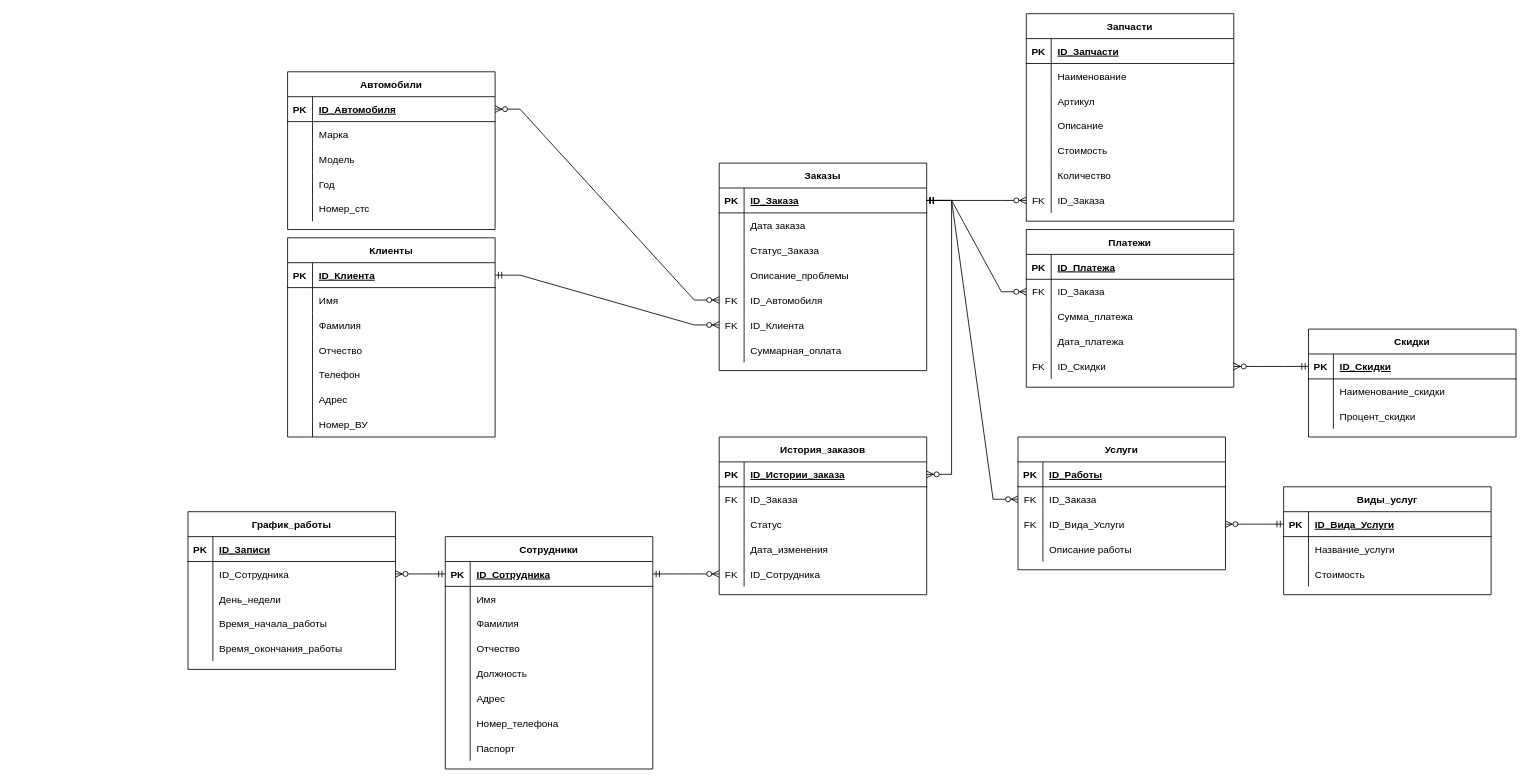
The draw.io diagram bsbd-kurs.drawio in 1DeMeNToR1/D-D-Helper, before the edit. Source tidied: cells renumbered, new cells numbered last; positions are measured from the earlier drawing's top-left corner, leaving out a move shared by most shapes. Both pictures are drawn from the tidied source at 83%, with x=0, y=0 at pixel (188, 13).
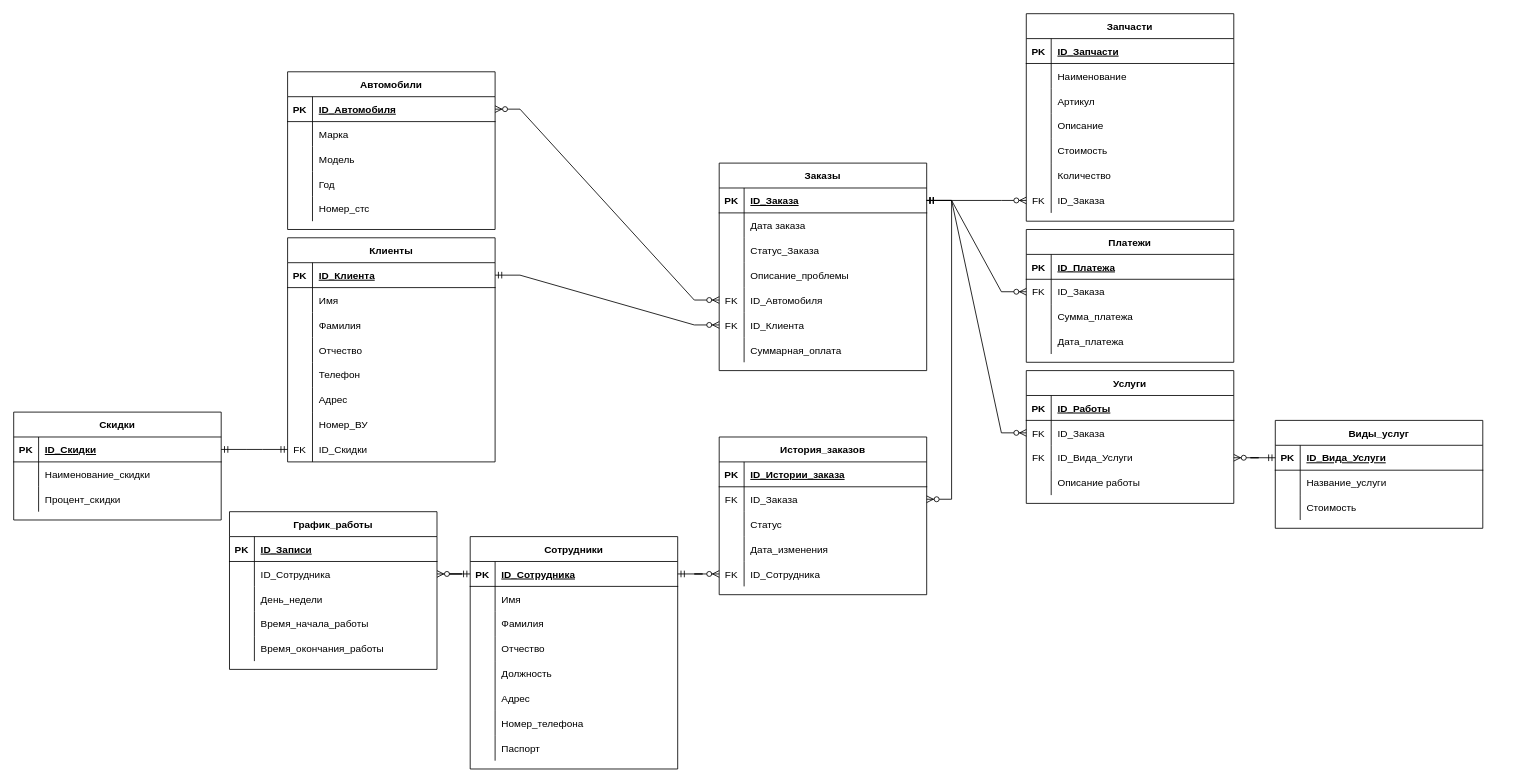
After the change.

The change refers to these unchanged cells:
```xml
<mxCell id="25" style="shape=partialRectangle;fillColor=none;points=[[0,0.5],[1,0.5]];portConstraint=eastwest;top=0;left=0;right=0;bottom=1;" parent="24" vertex="1">
  <mxGeometry y="30" width="250" height="30" as="geometry" />
</mxCell>
<mxCell id="133" style="shape=partialRectangle;fillColor=none;points=[[0,0.5],[1,0.5]];portConstraint=eastwest;top=0;left=0;right=0;bottom=1;" parent="132" vertex="1">
  <mxGeometry y="30" width="250" height="30" as="geometry" />
</mxCell>
<mxCell id="143" style="shape=partialRectangle;fillColor=none;points=[[0,0.5],[1,0.5]];portConstraint=eastwest;top=0;left=0;right=0;bottom=1;" parent="142" vertex="1">
  <mxGeometry y="30" width="250" height="30" as="geometry" />
</mxCell>
<mxCell id="146" style="shape=partialRectangle;fillColor=none;points=[[0,0.5],[1,0.5]];portConstraint=eastwest;top=0;left=0;right=0;bottom=0;" parent="142" vertex="1">
  <mxGeometry y="60" width="250" height="30" as="geometry" />
</mxCell>
```

The edit, as a diff of the source:
```diff
@@
     <mxCell id="2" value="Клиенты" style="shape=table;startSize=30;childLayout=tableLayout;rowLines=0;fontStyle=1;align=center;" parent="1" vertex="1">
-      <mxGeometry x="120" y="270" width="250" height="240" as="geometry" />
+      <mxGeometry x="120" y="270" width="250" height="270" as="geometry" />
     </mxCell>
@@
+    <mxCell id="200" style="shape=partialRectangle;fillColor=none;points=[[0,0.5],[1,0.5]];portConstraint=eastwest;top=0;left=0;right=0;bottom=0;" parent="2" vertex="1">
+      <mxGeometry y="240" width="250" height="30" as="geometry" />
+    </mxCell>
+    <mxCell id="172" value="FK" style="shape=partialRectangle;overflow=hidden;fillColor=none;top=0;left=0;bottom=0;right=0;" parent="200" vertex="1">
+      <mxGeometry width="30" height="30" as="geometry" />
+    </mxCell>
+    <mxCell id="173" value="ID_Скидки" style="shape=partialRectangle;overflow=hidden;fillColor=none;top=0;left=0;bottom=0;right=0;align=left;spacingLeft=6;" parent="200" vertex="1">
+      <mxGeometry x="30" width="220" height="30" as="geometry" />
+    </mxCell>
@@
     <mxCell id="84" value="Сотрудники" style="shape=table;startSize=30;childLayout=tableLayout;rowLines=0;fontStyle=1;align=center;" parent="1" vertex="1">
-      <mxGeometry x="310" y="630" width="250" height="280" as="geometry" />
+      <mxGeometry x="340" y="630" width="250" height="280" as="geometry" />
     </mxCell>
@@
     <mxCell id="109" value="Виды_услуг" style="shape=table;startSize=30;childLayout=tableLayout;rowLines=0;fontStyle=1;align=center;" parent="1" vertex="1">
-      <mxGeometry x="1320" y="570" width="250" height="130" as="geometry" />
+      <mxGeometry x="1310" y="490" width="250" height="130" as="geometry" />
     </mxCell>
@@
     <mxCell id="119" value="Услуги" style="shape=table;startSize=30;childLayout=tableLayout;rowLines=0;fontStyle=1;align=center;" parent="1" vertex="1">
-      <mxGeometry x="1000" y="510" width="250" height="160" as="geometry" />
+      <mxGeometry x="1010" y="430" width="250" height="160" as="geometry" />
     </mxCell>
@@
     <mxCell id="132" value="Скидки" style="shape=table;startSize=30;childLayout=tableLayout;rowLines=0;fontStyle=1;align=center;" parent="1" vertex="1">
-      <mxGeometry x="1350" y="380" width="250" height="130" as="geometry" />
+      <mxGeometry x="-210" y="480" width="250" height="130" as="geometry" />
     </mxCell>
@@
     <mxCell id="158" value="Платежи" style="shape=table;startSize=30;childLayout=tableLayout;rowLines=0;fontStyle=1;align=center;" parent="1" vertex="1">
-      <mxGeometry x="1010" y="260" width="250" height="190" as="geometry" />
+      <mxGeometry x="1010" y="260" width="250" height="160" as="geometry" />
     </mxCell>
@@
-    <mxCell id="171" style="shape=partialRectangle;fillColor=none;points=[[0,0.5],[1,0.5]];portConstraint=eastwest;top=0;left=0;right=0;bottom=0;" parent="158" vertex="1">
-      <mxGeometry y="150" width="250" height="30" as="geometry" />
-    </mxCell>
-    <mxCell id="172" value="FK" style="shape=partialRectangle;overflow=hidden;fillColor=none;top=0;left=0;bottom=0;right=0;" parent="171" vertex="1">
-      <mxGeometry width="30" height="30" as="geometry" />
-    </mxCell>
-    <mxCell id="173" value="ID_Скидки" style="shape=partialRectangle;overflow=hidden;fillColor=none;top=0;left=0;bottom=0;right=0;align=left;spacingLeft=6;" parent="171" vertex="1">
-      <mxGeometry x="30" width="220" height="30" as="geometry" />
-    </mxCell>
     <mxCell id="174" value="График_работы" style="shape=table;startSize=30;childLayout=tableLayout;rowLines=0;fontStyle=1;align=center;" parent="1" vertex="1">
-      <mxGeometry y="600" width="250" height="190" as="geometry" />
+      <mxGeometry x="50" y="600" width="250" height="190" as="geometry" />
     </mxCell>
@@
-    <mxCell id="194" style="edgeStyle=entityRelationEdgeStyle;fontSize=12;html=1;endArrow=ERzeroToMany;startArrow=ERmandOne;rounded=0;exitX=0;exitY=0.5;exitDx=0;exitDy=0;entryX=1;entryY=0.5;entryDx=0;entryDy=0;" parent="1" edge="1" source="133" target="171">
-      <mxGeometry relative="1" as="geometry" />
-    </mxCell>
@@
-    <mxCell id="197" style="edgeStyle=entityRelationEdgeStyle;fontSize=12;html=1;endArrow=ERzeroToMany;startArrow=ERmandOne;rounded=0;exitX=1;exitY=0.5;exitDx=0;exitDy=0;entryX=1;entryY=0.5;entryDx=0;entryDy=0;" parent="1" edge="1" source="25" target="143">
+    <mxCell id="197" style="edgeStyle=entityRelationEdgeStyle;fontSize=12;html=1;endArrow=ERzeroToMany;startArrow=ERmandOne;rounded=0;exitX=1;exitY=0.5;exitDx=0;exitDy=0;entryX=1;entryY=0.5;entryDx=0;entryDy=0;" parent="1" edge="1" source="25" target="146">
       <mxGeometry relative="1" as="geometry" />
     </mxCell>
@@
+    <mxCell id="201" style="edgeStyle=entityRelationEdgeStyle;fontSize=12;html=1;endArrow=ERmandOne;startArrow=ERmandOne;rounded=0;entryX=0;entryY=0.5;entryDx=0;entryDy=0;exitX=1;exitY=0.5;exitDx=0;exitDy=0;" parent="1" edge="1" source="133" target="200">
+      <mxGeometry relative="1" as="geometry" />
+    </mxCell>
```
